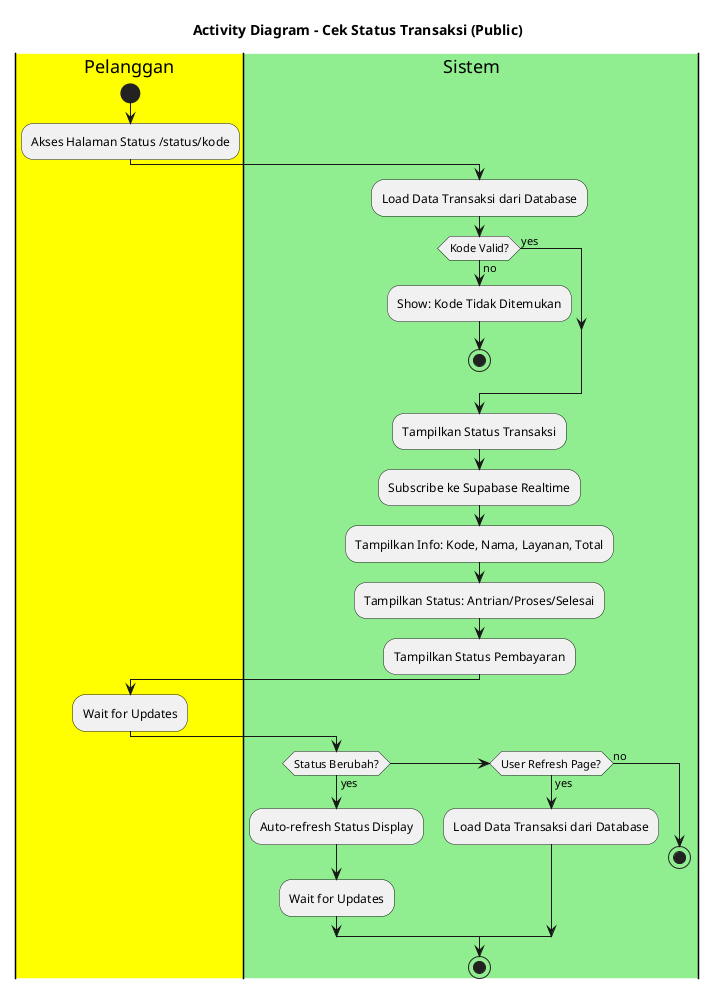
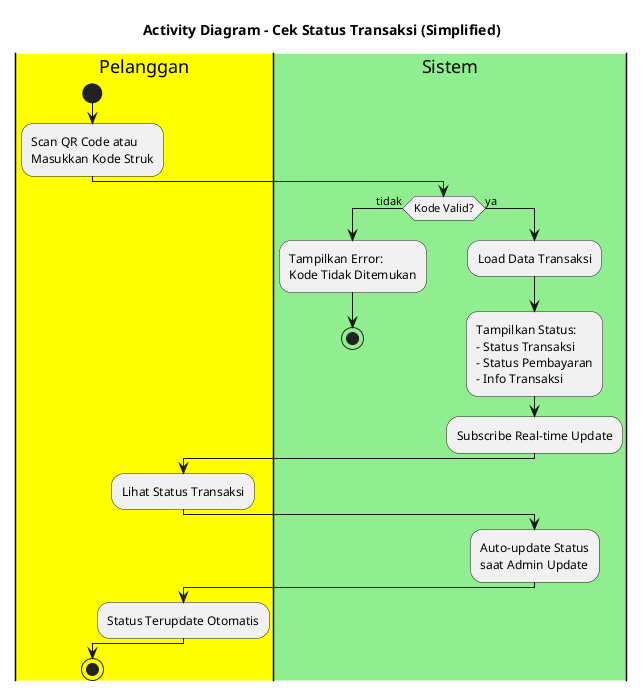
@startuml Activity Diagram - Cek Status Transaksi (Pelanggan)
- title Activity Diagram - Cek Status Transaksi (Public)
+ title Activity Diagram - Cek Status Transaksi (Simplified)

|#Yellow|Pelanggan|
start
- :Akses Halaman Status /status/kode;
+ :Scan QR Code atau\nMasukkan Kode Struk;

|#LightGreen|Sistem|
- :Load Data Transaksi dari Database;
+ if (Kode Valid?) then (tidak)
+   :Tampilkan Error:\nKode Tidak Ditemukan;
+   stop
+ else (ya)
+   :Load Data Transaksi;
+   :Tampilkan Status:\n- Status Transaksi\n- Status Pembayaran\n- Info Transaksi;
+   :Subscribe Real-time Update;

- if (Kode Valid?) then (no)
-   :Show: Kode Tidak Ditemukan;
-   stop
- else (yes)
- endif
+   |#Yellow|Pelanggan|
+   :Lihat Status Transaksi;

- :Tampilkan Status Transaksi;
- :Subscribe ke Supabase Realtime;
- :Tampilkan Info: Kode, Nama, Layanan, Total;
- :Tampilkan Status: Antrian/Proses/Selesai;
- :Tampilkan Status Pembayaran;
+   |#LightGreen|Sistem|
+   :Auto-update Status\nsaat Admin Update;

- |#Yellow|Pelanggan|
- :Wait for Updates;
- 
- |#LightGreen|Sistem|
- if (Status Berubah?) then (yes)
-   :Auto-refresh Status Display;
-   :Wait for Updates;
- elseif (User Refresh Page?) then (yes)
-   :Load Data Transaksi dari Database;
- else (no)
-   stop
+   |#Yellow|Pelanggan|
+   :Status Terupdate Otomatis;
endif

stop
+ 
@enduml
- 
